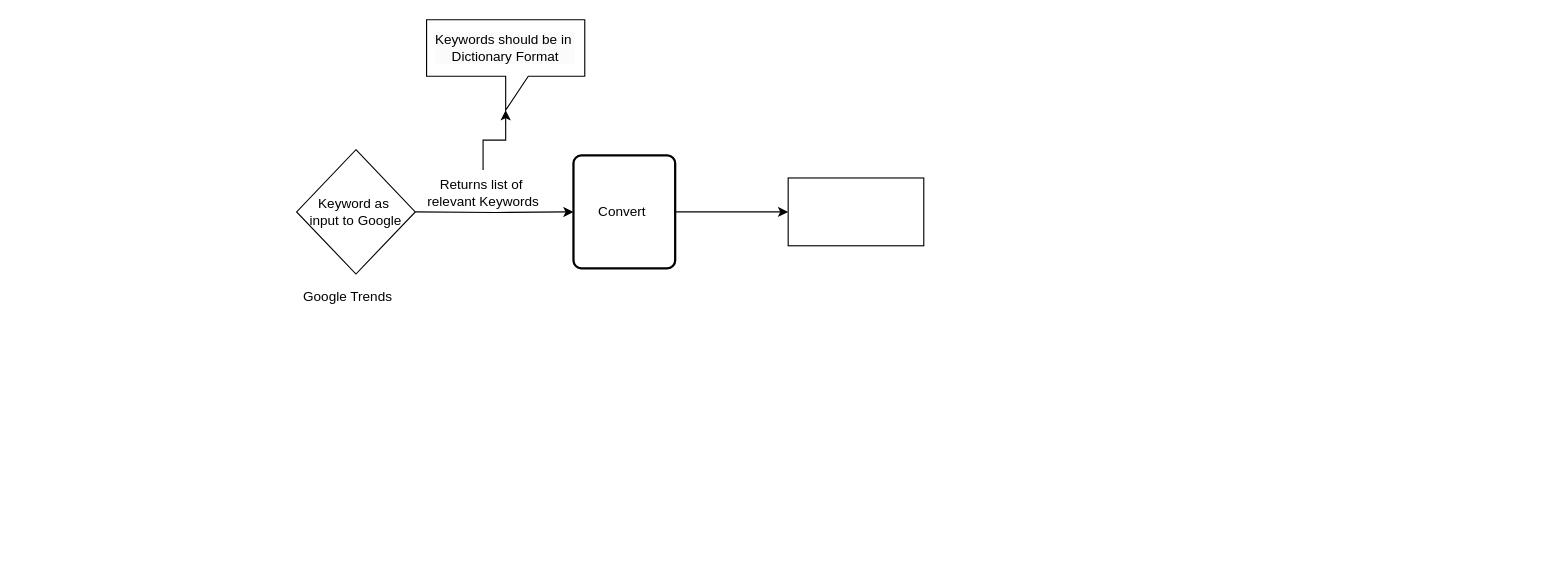
This is Sniffer.drawio from madhuammulu8/draw.io, a draw.io file, before an edit. Source tidied: cells renumbered, new cells numbered last; positions are measured from the earlier drawing's top-left corner, leaving out a move shared by most shapes. Both pictures are drawn from the tidied source at 113%, with x=0, y=0 at pixel (290, 19).
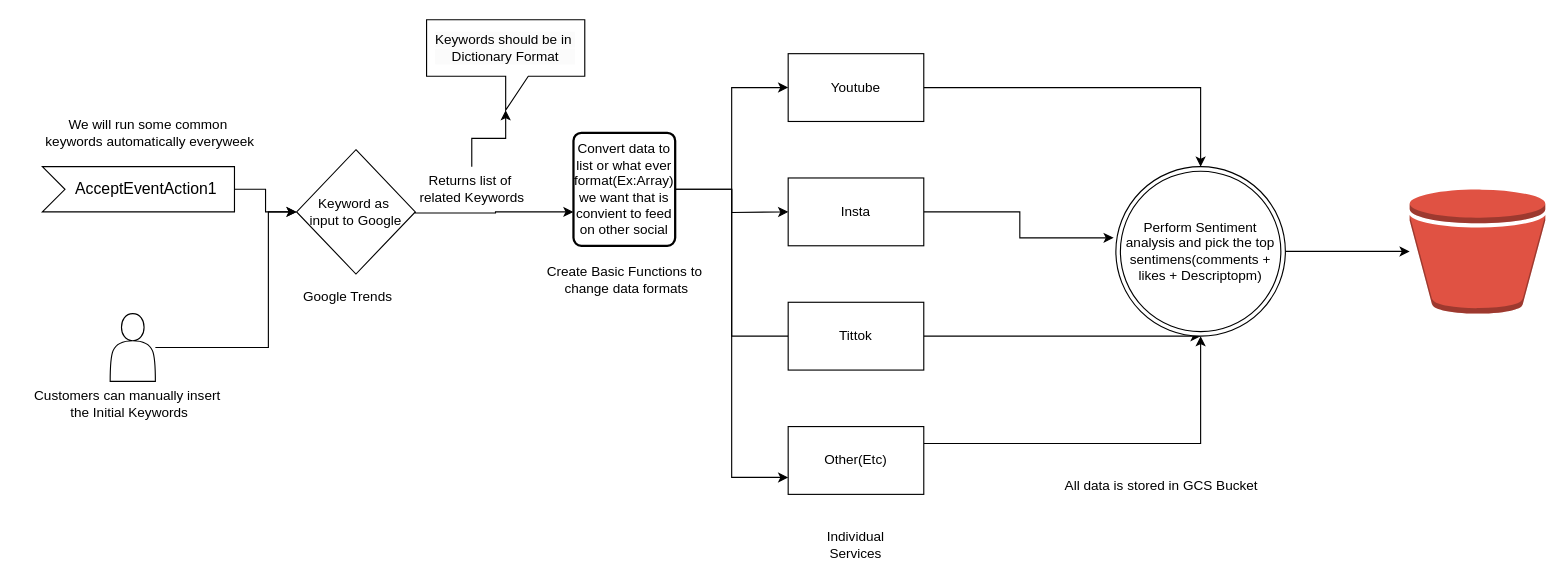
The same page after the edit.

The change refers to these unchanged cells:
```xml
<mxCell id="8" value="Keyword as&amp;nbsp;&lt;div&gt;input to Google&lt;/div&gt;" style="rhombus;whiteSpace=wrap;html=1;" parent="1" vertex="1">
  <mxGeometry x="5" y="115" width="105" height="110" as="geometry" />
</mxCell>
<mxCell id="9" value="&lt;span style=&quot;color: rgb(0, 0, 0); font-family: Helvetica; font-size: 12px; font-style: normal; font-variant-ligatures: normal; font-variant-caps: normal; font-weight: 400; letter-spacing: normal; orphans: 2; text-align: center; text-indent: 0px; text-transform: none; widows: 2; word-spacing: 0px; -webkit-text-stroke-width: 0px; white-space: nowrap; background-color: rgb(251, 251, 251); text-decoration-thickness: initial; text-decoration-style: initial; text-decoration-color: initial; display: inline !important; float: none;&quot;&gt;Keywords should be in&amp;nbsp;&lt;/span&gt;&lt;div style=&quot;forced-color-adjust: none; color: rgb(0, 0, 0); font-family: Helvetica; font-size: 12px; font-style: normal; font-variant-ligatures: normal; font-variant-caps: normal; font-weight: 400; letter-spacing: normal; orphans: 2; text-align: center; text-indent: 0px; text-transform: none; widows: 2; word-spacing: 0px; -webkit-text-stroke-width: 0px; white-space: nowrap; background-color: rgb(251, 251, 251); text-decoration-thickness: initial; text-decoration-style: initial; text-decoration-color: initial;&quot;&gt;Dictionary Format&lt;/div&gt;" style="shape=callout;whiteSpace=wrap;html=1;perimeter=calloutPerimeter;" parent="1" vertex="1">
  <mxGeometry x="120" width="140" height="80" as="geometry" />
</mxCell>
```

The edit, as a diff of the source:
```diff
@@
     <mxCell id="3" style="edgeStyle=orthogonalEdgeStyle;rounded=0;jettySize=auto;html=1;" parent="1" edge="1" target="5">
       <mxGeometry relative="1" as="geometry">
         <mxPoint x="110" y="170" as="sourcePoint" />
+        <Array as="points">
+          <mxPoint x="110" y="171" />
+          <mxPoint x="181" y="171" />
+          <mxPoint x="181" y="170" />
+        </Array>
       </mxGeometry>
     </mxCell>
@@
+    <mxCell id="11" style="edgeStyle=orthogonalEdgeStyle;rounded=0;jettySize=auto;html=1;exitX=0;exitY=0.5;exitDx=0;exitDy=0;entryX=0;entryY=0.5;entryDx=0;entryDy=0;" parent="1" edge="1" source="15" target="17">
+      <mxGeometry relative="1" as="geometry">
+        <Array as="points">
+          <mxPoint x="390" y="280" />
+          <mxPoint x="390" y="60" />
+        </Array>
+      </mxGeometry>
+    </mxCell>
+    <mxCell id="12" style="edgeStyle=orthogonalEdgeStyle;rounded=0;jettySize=auto;html=1;exitX=1;exitY=0.75;exitDx=0;exitDy=0;entryX=0;entryY=0.75;entryDx=0;entryDy=0;" parent="1" edge="1" source="5" target="19">
+      <mxGeometry relative="1" as="geometry">
+        <Array as="points">
+          <mxPoint x="340" y="150" />
+          <mxPoint x="390" y="150" />
+          <mxPoint x="390" y="405" />
+        </Array>
+      </mxGeometry>
+    </mxCell>
+    <mxCell id="6" style="edgeStyle=orthogonalEdgeStyle;rounded=0;jettySize=auto;html=1;entryX=0;entryY=0;entryDx=70;entryDy=80;entryPerimeter=0;" parent="1" edge="1" source="7" target="9">
+      <mxGeometry relative="1" as="geometry" />
+    </mxCell>
-    <mxCell id="5" value="Convert&amp;nbsp;" style="rounded=1;whiteSpace=wrap;html=1;absoluteArcSize=1;arcSize=14;strokeWidth=2;" parent="1" vertex="1">
-      <mxGeometry x="250" y="120" width="90" height="100" as="geometry" />
+    <mxCell id="5" value="Convert data to list or what ever format(Ex:Array) we want that is convient to feed on other social" style="rounded=1;whiteSpace=wrap;html=1;absoluteArcSize=1;arcSize=14;strokeWidth=2;" parent="1" vertex="1">
+      <mxGeometry x="250" y="100" width="90" height="100" as="geometry" />
     </mxCell>
-    <mxCell id="6" style="edgeStyle=orthogonalEdgeStyle;rounded=0;jettySize=auto;html=1;entryX=0;entryY=0;entryDx=70;entryDy=80;entryPerimeter=0;" parent="1" edge="1" source="7" target="9">
-      <mxGeometry relative="1" as="geometry" />
-    </mxCell>
-    <mxCell id="7" value="Returns list of&amp;nbsp;&lt;div&gt;relevant Keywords&lt;/div&gt;" style="text;html=1;align=center;verticalAlign=middle;points=[];strokeColor=none;fillColor=none;" parent="1" vertex="1">
-      <mxGeometry x="110" y="133" width="120" height="40" as="geometry" />
+    <mxCell id="7" value="Returns list of&amp;nbsp;&lt;div&gt;related Keywords&lt;/div&gt;" style="text;html=1;align=center;verticalAlign=middle;points=[];strokeColor=none;fillColor=none;" parent="1" vertex="1">
+      <mxGeometry x="100" y="130" width="120" height="40" as="geometry" />
     </mxCell>
@@
+    <mxCell id="13" style="edgeStyle=orthogonalEdgeStyle;rounded=0;jettySize=auto;html=1;entryX=-0.013;entryY=0.42;entryDx=0;entryDy=0;entryPerimeter=0;" parent="1" edge="1" source="10" target="29">
+      <mxGeometry relative="1" as="geometry" />
+    </mxCell>
-    <mxCell id="10" style="rounded=0;whiteSpace=wrap;html=1;" parent="1" vertex="1">
+    <mxCell id="10" value="Insta" style="rounded=0;whiteSpace=wrap;html=1;" parent="1" vertex="1">
       <mxGeometry x="440" y="140" width="120" height="60" as="geometry" />
     </mxCell>
+    <mxCell id="14" style="edgeStyle=orthogonalEdgeStyle;rounded=0;jettySize=auto;html=1;" parent="1" edge="1" source="15" target="29">
+      <mxGeometry relative="1" as="geometry">
+        <Array as="points">
+          <mxPoint x="780" y="280" />
+          <mxPoint x="780" y="280" />
+        </Array>
+      </mxGeometry>
+    </mxCell>
+    <mxCell id="15" value="Tittok" style="rounded=0;whiteSpace=wrap;html=1;" parent="1" vertex="1">
+      <mxGeometry x="440" y="250" width="120" height="60" as="geometry" />
+    </mxCell>
+    <mxCell id="16" style="edgeStyle=orthogonalEdgeStyle;rounded=0;jettySize=auto;html=1;exitX=1;exitY=0.5;exitDx=0;exitDy=0;entryX=0.5;entryY=0;entryDx=0;entryDy=0;" parent="1" edge="1" source="17" target="29">
+      <mxGeometry relative="1" as="geometry">
+        <Array as="points">
+          <mxPoint x="805" y="60" />
+        </Array>
+      </mxGeometry>
+    </mxCell>
+    <mxCell id="17" value="Youtube" style="rounded=0;whiteSpace=wrap;html=1;" parent="1" vertex="1">
+      <mxGeometry x="440" y="30" width="120" height="60" as="geometry" />
+    </mxCell>
+    <mxCell id="18" style="edgeStyle=orthogonalEdgeStyle;rounded=0;jettySize=auto;html=1;exitX=1;exitY=0.25;exitDx=0;exitDy=0;" parent="1" edge="1" source="19" target="29">
+      <mxGeometry relative="1" as="geometry" />
+    </mxCell>
+    <mxCell id="19" value="Other(Etc)" style="rounded=0;whiteSpace=wrap;html=1;" parent="1" vertex="1">
+      <mxGeometry x="440" y="360" width="120" height="60" as="geometry" />
+    </mxCell>
+    <mxCell id="20" value="Individual Services" style="text;html=1;align=center;verticalAlign=middle;whiteSpace=wrap;rounded=0;" parent="1" vertex="1">
+      <mxGeometry x="470" y="450" width="60" height="30" as="geometry" />
+    </mxCell>
+    <mxCell id="21" value="All data is stored in GCS Bucket" style="text;html=1;align=center;verticalAlign=middle;strokeColor=none;fillColor=none;" parent="1" vertex="1">
+      <mxGeometry x="675" y="398" width="190" height="30" as="geometry" />
+    </mxCell>
+    <mxCell id="22" value="Create Basic Functions to&lt;div&gt;&amp;nbsp;change data formats&lt;/div&gt;" style="text;html=1;align=center;verticalAlign=middle;strokeColor=none;fillColor=none;" parent="1" vertex="1">
+      <mxGeometry x="215" y="210" width="160" height="40" as="geometry" />
+    </mxCell>
+    <mxCell id="23" style="edgeStyle=orthogonalEdgeStyle;rounded=0;jettySize=auto;html=1;entryX=0;entryY=0.5;entryDx=0;entryDy=0;" parent="1" edge="1" source="24" target="8">
+      <mxGeometry relative="1" as="geometry">
+        <Array as="points">
+          <mxPoint x="-20" y="290" />
+          <mxPoint x="-20" y="170" />
+        </Array>
+      </mxGeometry>
+    </mxCell>
+    <mxCell id="24" style="shape=actor;whiteSpace=wrap;html=1;" parent="1" vertex="1">
+      <mxGeometry x="-160" y="260" width="40" height="60" as="geometry" />
+    </mxCell>
+    <mxCell id="25" style="edgeStyle=orthogonalEdgeStyle;rounded=0;jettySize=auto;html=1;exitX=1;exitY=0.5;exitDx=0;exitDy=0;exitPerimeter=0;entryX=0;entryY=0.5;entryDx=0;entryDy=0;" parent="1" edge="1" source="26" target="8">
+      <mxGeometry relative="1" as="geometry" />
+    </mxCell>
+    <mxCell id="26" value="AcceptEventAction1" style="html=1;shape=mxgraph.infographic.ribbonSimple;notch1=20;notch2=0;align=center;verticalAlign=middle;fontSize=14;fontStyle=0;fillColor=#FFFFFF;flipH=0;spacingRight=0;spacingLeft=14;whiteSpace=wrap;" parent="1" vertex="1">
+      <mxGeometry x="-220" y="130" width="170" height="40" as="geometry" />
+    </mxCell>
+    <mxCell id="27" value="Customers can manually insert&lt;div&gt;&amp;nbsp;the Initial Keywords&lt;/div&gt;" style="text;html=1;align=center;verticalAlign=middle;strokeColor=none;fillColor=none;" parent="1" vertex="1">
+      <mxGeometry x="-240" y="320" width="190" height="40" as="geometry" />
+    </mxCell>
+    <mxCell id="28" style="edgeStyle=orthogonalEdgeStyle;rounded=0;jettySize=auto;html=1;" parent="1" edge="1" source="29" target="30">
+      <mxGeometry relative="1" as="geometry" />
+    </mxCell>
+    <mxCell id="29" value="Perform Sentiment analysis and pick the top sentimens(comments + likes + Descriptopm)" style="ellipse;shape=doubleEllipse;html=1;dashed=0;whiteSpace=wrap;" parent="1" vertex="1">
+      <mxGeometry x="730" y="130" width="150" height="150" as="geometry" />
+    </mxCell>
+    <mxCell id="30" style="outlineConnect=0;dashed=0;verticalLabelPosition=bottom;verticalAlign=top;align=center;html=1;shape=mxgraph.aws3.bucket;fillColor=#E05243;gradientColor=none;" parent="1" vertex="1">
+      <mxGeometry x="990" y="150" width="120" height="110" as="geometry" />
+    </mxCell>
+    <mxCell id="31" value="We will run some common&amp;nbsp;&lt;div&gt;keywords automatically everyweek&lt;/div&gt;" style="text;html=1;align=center;verticalAlign=middle;strokeColor=none;fillColor=none;" parent="1" vertex="1">
+      <mxGeometry x="-230" y="80" width="210" height="40" as="geometry" />
+    </mxCell>
```
